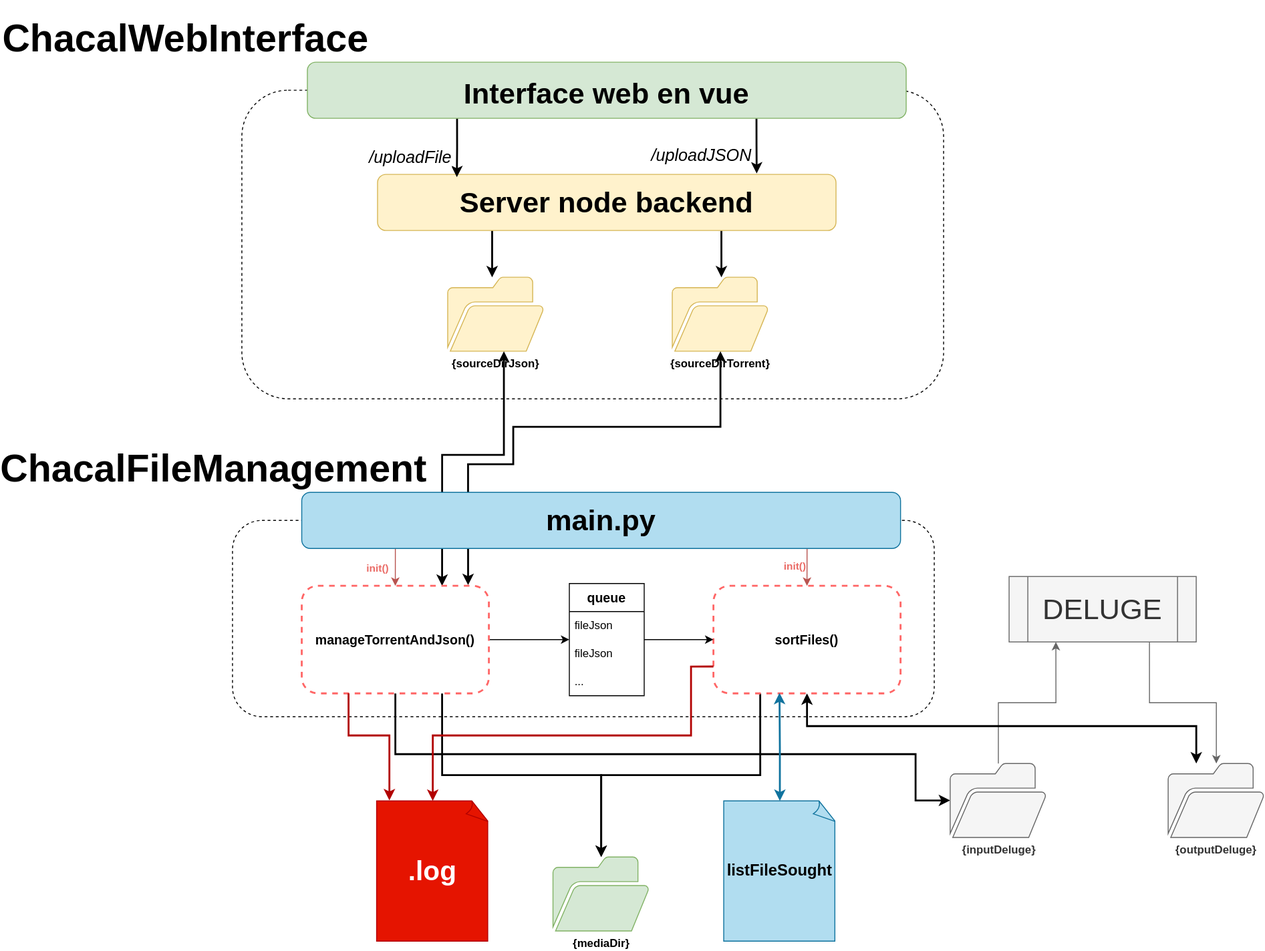
This is Archi_ChacalTorrent.svg from ChacalTordu/ChacalTorrent, a draw.io export, as it was before one commit. Source tidied: cells renumbered, new cells last; positions are measured from the earlier drawing's top-left corner, leaving out a move shared by most shapes.
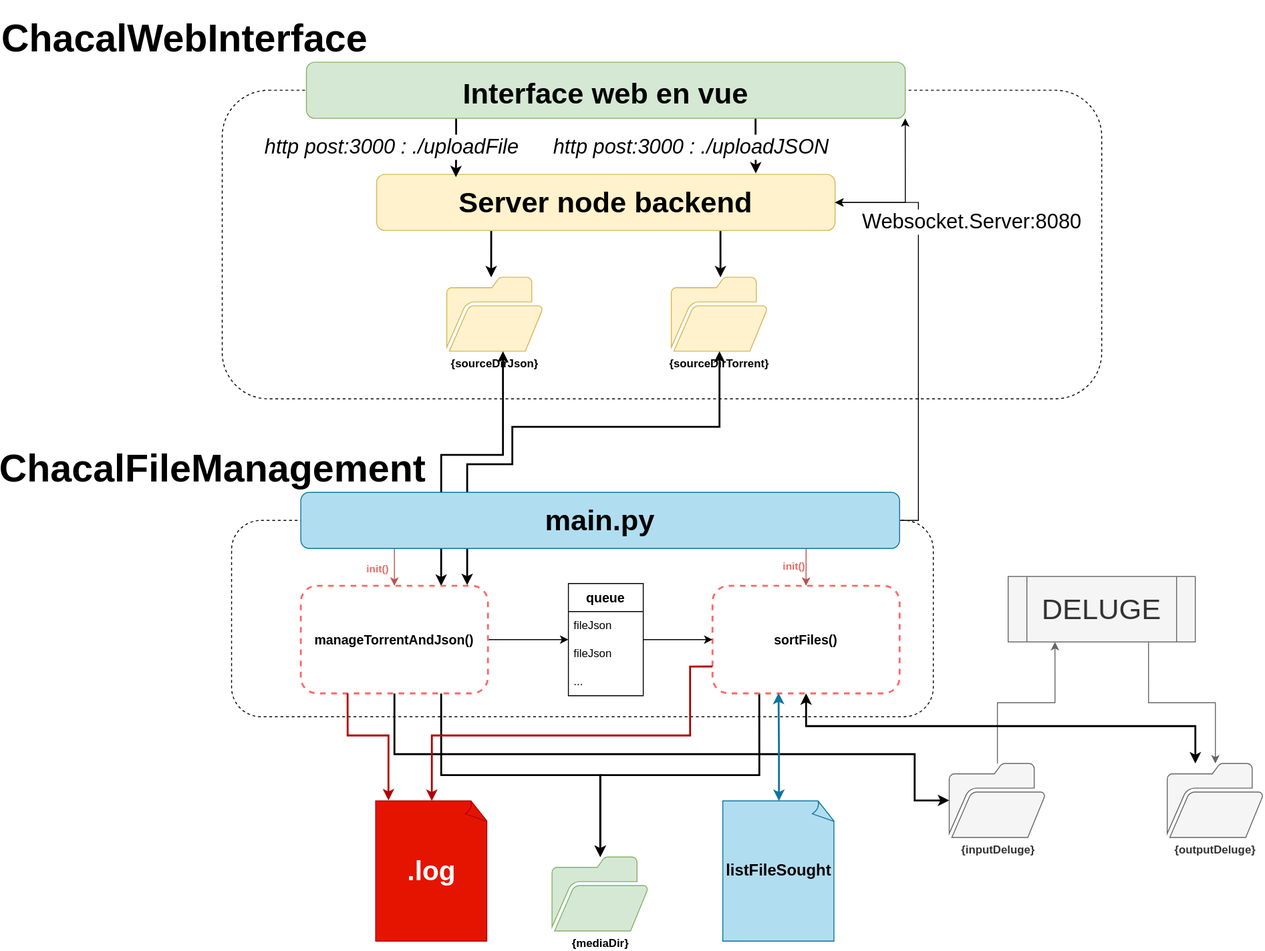
Above is the later version.

The edit, as a diff of the source:
```diff
@@ -2,9 +2,9 @@
   <root>
     <mxCell id="0" />
     <mxCell id="1" parent="0" />
-    <mxCell id="2" style="rounded=1;whiteSpace=wrap;html=1;fillColor=none;dashed=1;" parent="1" vertex="1">
-      <mxGeometry x="220" y="70" width="750" height="330" as="geometry" />
-    </mxCell>
+    <mxCell id="46" style="rounded=1;whiteSpace=wrap;html=1;fillColor=none;dashed=1;" parent="1" vertex="1">
+      <mxGeometry x="200" y="70" width="940" height="330" as="geometry" />
+    </mxCell>
     <mxCell id="3" style="edgeStyle=orthogonalEdgeStyle;rounded=0;jettySize=auto;html=1;exitX=0.25;exitY=1;exitDx=0;exitDy=0;strokeWidth=2;" parent="1" edge="1" source="5" target="6">
       <mxGeometry relative="1" as="geometry">
         <Array as="points">
@@ -30,22 +30,29 @@
     <mxCell id="7" value="&lt;b&gt;{sourceDirTorrent}&lt;/b&gt;" style="sketch=0;shadow=0;dashed=0;html=1;strokeColor=#d6b656;fillColor=#fff2cc;labelPosition=center;verticalLabelPosition=bottom;verticalAlign=top;outlineConnect=0;align=center;shape=mxgraph.office.concepts.folder_open;" parent="1" vertex="1">
       <mxGeometry x="680" y="270" width="103" height="79.1" as="geometry" />
     </mxCell>
-    <mxCell id="8" style="edgeStyle=orthogonalEdgeStyle;rounded=0;jettySize=auto;html=1;exitX=0.25;exitY=1;exitDx=0;exitDy=0;entryX=0.173;entryY=0.05;entryDx=0;entryDy=0;entryPerimeter=0;strokeWidth=2;" parent="1" edge="1" source="12" target="5">
-      <mxGeometry relative="1" as="geometry" />
-    </mxCell>
-    <mxCell id="9" value="&lt;font style=&quot;font-size: 18px;&quot;&gt;&lt;i&gt;/uploadFile&lt;/i&gt;&lt;/font&gt;" style="edgeLabel;html=1;align=center;verticalAlign=middle;" parent="8" vertex="1">
-      <mxGeometry y="-2" relative="1" as="geometry">
-        <mxPoint x="-48" y="9" as="offset" />
-      </mxGeometry>
-    </mxCell>
-    <mxCell id="10" style="edgeStyle=orthogonalEdgeStyle;rounded=0;jettySize=auto;html=1;exitX=0.75;exitY=1;exitDx=0;exitDy=0;entryX=0.827;entryY=-0.017;entryDx=0;entryDy=0;entryPerimeter=0;strokeWidth=2;" parent="1" edge="1" source="12" target="5">
-      <mxGeometry relative="1" as="geometry" />
-    </mxCell>
-    <mxCell id="11" value="&lt;font style=&quot;font-size: 18px;&quot;&gt;&lt;i&gt;/uploadJSON&lt;/i&gt;&lt;/font&gt;" style="edgeLabel;html=1;align=center;verticalAlign=middle;" parent="10" vertex="1">
-      <mxGeometry x="-0.38" relative="1" as="geometry">
-        <mxPoint x="-60" y="22" as="offset" />
-      </mxGeometry>
-    </mxCell>
+    <mxCell id="47" style="edgeStyle=orthogonalEdgeStyle;rounded=0;jettySize=auto;html=1;exitX=0.25;exitY=1;exitDx=0;exitDy=0;entryX=0.173;entryY=0.05;entryDx=0;entryDy=0;entryPerimeter=0;strokeWidth=2;" parent="1" edge="1" source="12" target="5">
+      <mxGeometry relative="1" as="geometry" />
+    </mxCell>
+    <mxCell id="48" value="&lt;font size=&quot;1&quot;&gt;&lt;i style=&quot;font-size: 22px;&quot;&gt;http post:3000 : ./uploadFile&lt;/i&gt;&lt;/font&gt;" style="edgeLabel;html=1;align=center;verticalAlign=middle;" parent="47" vertex="1">
+      <mxGeometry y="-2" relative="1" as="geometry">
+        <mxPoint x="-68" y="-3" as="offset" />
+      </mxGeometry>
+    </mxCell>
+    <mxCell id="49" style="edgeStyle=orthogonalEdgeStyle;rounded=0;jettySize=auto;html=1;exitX=0.75;exitY=1;exitDx=0;exitDy=0;entryX=0.827;entryY=-0.017;entryDx=0;entryDy=0;entryPerimeter=0;strokeWidth=2;" parent="1" edge="1" source="12" target="5">
+      <mxGeometry relative="1" as="geometry" />
+    </mxCell>
+    <mxCell id="50" value="&lt;font style=&quot;font-size: 22px;&quot;&gt;&lt;i&gt;http post:&lt;/i&gt;&lt;font style=&quot;font-size: 22px;&quot;&gt;&lt;i&gt;3000&lt;/i&gt;&lt;/font&gt;&lt;font style=&quot;font-size: 22px;&quot;&gt;&lt;i&gt; : .&lt;/i&gt;&lt;/font&gt;&lt;font style=&quot;font-size: 22px;&quot;&gt;&lt;i&gt;/uploadJSON&lt;/i&gt;&lt;/font&gt;&lt;/font&gt;" style="edgeLabel;html=1;align=center;verticalAlign=middle;" parent="49" vertex="1">
+      <mxGeometry x="-0.38" relative="1" as="geometry">
+        <mxPoint x="-70" y="12" as="offset" />
+      </mxGeometry>
+    </mxCell>
+    <mxCell id="51" style="edgeStyle=orthogonalEdgeStyle;rounded=0;jettySize=auto;html=1;exitX=1;exitY=1;exitDx=0;exitDy=0;entryX=1;entryY=0.5;entryDx=0;entryDy=0;startArrow=classic;startFill=1;" parent="1" edge="1" source="12" target="5">
+      <mxGeometry relative="1" as="geometry">
+        <Array as="points">
+          <mxPoint x="930" y="190" />
+        </Array>
+      </mxGeometry>
+    </mxCell>
     <mxCell id="12" value="&lt;h1 style=&quot;font-size: 40px;&quot;&gt;&lt;font style=&quot;font-size: 31px;&quot;&gt;Interface web en vue&lt;/font&gt;&lt;/h1&gt;" style="rounded=1;whiteSpace=wrap;html=1;fillColor=#d5e8d4;strokeColor=#82b366;" parent="1" vertex="1">
       <mxGeometry x="290" y="40" width="640" height="60" as="geometry" />
     </mxCell>
@@ -94,9 +101,9 @@
     <mxCell id="21" style="edgeStyle=orthogonalEdgeStyle;rounded=0;jettySize=auto;html=1;exitX=0.75;exitY=1;exitDx=0;exitDy=0;fillColor=#f5f5f5;strokeColor=#666666;" parent="1" edge="1" source="23" target="25">
       <mxGeometry relative="1" as="geometry" />
     </mxCell>
-    <mxCell id="22" style="rounded=1;whiteSpace=wrap;html=1;fillColor=none;dashed=1;" parent="1" vertex="1">
-      <mxGeometry x="210" y="530" width="750" height="210" as="geometry" />
-    </mxCell>
+    <mxCell id="52" style="rounded=1;whiteSpace=wrap;html=1;fillColor=none;dashed=1;" parent="1" vertex="1">
+      <mxGeometry x="210" y="530" width="750" height="210" as="geometry" />
+    </mxCell>
     <mxCell id="23" value="&lt;font style=&quot;font-size: 31px;&quot;&gt;DELUGE&lt;/font&gt;" style="shape=process;whiteSpace=wrap;html=1;backgroundOutline=1;fillColor=#f5f5f5;fontColor=#333333;strokeColor=#666666;" parent="1" vertex="1">
       <mxGeometry x="1040" y="590" width="200" height="70" as="geometry" />
     </mxCell>
@@ -136,11 +143,11 @@
         </Array>
       </mxGeometry>
     </mxCell>
-    <mxCell id="33" value="&lt;b&gt;init()&lt;/b&gt;" style="edgeLabel;html=1;align=center;verticalAlign=middle;fontColor=#EA6B66;" parent="32" vertex="1">
-      <mxGeometry x="0.62" y="-2" relative="1" as="geometry">
-        <mxPoint x="-17" as="offset" />
-      </mxGeometry>
-    </mxCell>
+    <mxCell id="53" value="&lt;b&gt;init()&lt;/b&gt;" style="edgeLabel;html=1;align=center;verticalAlign=middle;fontColor=#EA6B66;" parent="32" vertex="1">
+      <mxGeometry x="0.62" y="-2" relative="1" as="geometry">
+        <mxPoint x="-17" as="offset" />
+      </mxGeometry>
+    </mxCell>
     <mxCell id="34" style="edgeStyle=orthogonalEdgeStyle;rounded=0;jettySize=auto;html=1;exitX=0.75;exitY=1;exitDx=0;exitDy=0;entryX=0.5;entryY=0;entryDx=0;entryDy=0;fillColor=#f8cecc;strokeColor=#b85450;" parent="1" edge="1" source="36" target="31">
       <mxGeometry relative="1" as="geometry">
         <Array as="points">
@@ -148,11 +155,24 @@
         </Array>
       </mxGeometry>
     </mxCell>
-    <mxCell id="35" value="&lt;b&gt;init()&lt;/b&gt;" style="edgeLabel;html=1;align=center;verticalAlign=middle;fontColor=#EA6B66;" parent="34" vertex="1">
-      <mxGeometry x="0.57" relative="1" as="geometry">
-        <mxPoint x="-14" as="offset" />
-      </mxGeometry>
-    </mxCell>
+    <mxCell id="54" value="&lt;b&gt;init()&lt;/b&gt;" style="edgeLabel;html=1;align=center;verticalAlign=middle;fontColor=#EA6B66;" parent="34" vertex="1">
+      <mxGeometry x="0.57" relative="1" as="geometry">
+        <mxPoint x="-14" as="offset" />
+      </mxGeometry>
+    </mxCell>
+    <mxCell id="55" style="edgeStyle=orthogonalEdgeStyle;rounded=0;jettySize=auto;html=1;entryX=1;entryY=0.5;entryDx=0;entryDy=0;" parent="1" edge="1" source="36" target="5">
+      <mxGeometry relative="1" as="geometry">
+        <Array as="points">
+          <mxPoint x="944" y="530" />
+          <mxPoint x="944" y="190" />
+        </Array>
+      </mxGeometry>
+    </mxCell>
+    <mxCell id="56" value="&lt;font style=&quot;font-size: 22px;&quot;&gt;Websocket.Server&lt;/font&gt;&lt;font style=&quot;font-size: 22px;&quot;&gt;:8080&lt;/font&gt;" style="edgeLabel;html=1;align=center;verticalAlign=middle;" parent="55" vertex="1">
+      <mxGeometry x="-0.51" relative="1" as="geometry">
+        <mxPoint x="56" y="-229" as="offset" />
+      </mxGeometry>
+    </mxCell>
     <mxCell id="36" value="&lt;h1 style=&quot;font-size: 31px;&quot;&gt;main.py&lt;/h1&gt;" style="rounded=1;whiteSpace=wrap;html=1;fillColor=#b1ddf0;strokeColor=#10739e;" parent="1" vertex="1">
       <mxGeometry x="284" y="500" width="640" height="60" as="geometry" />
     </mxCell>
```
